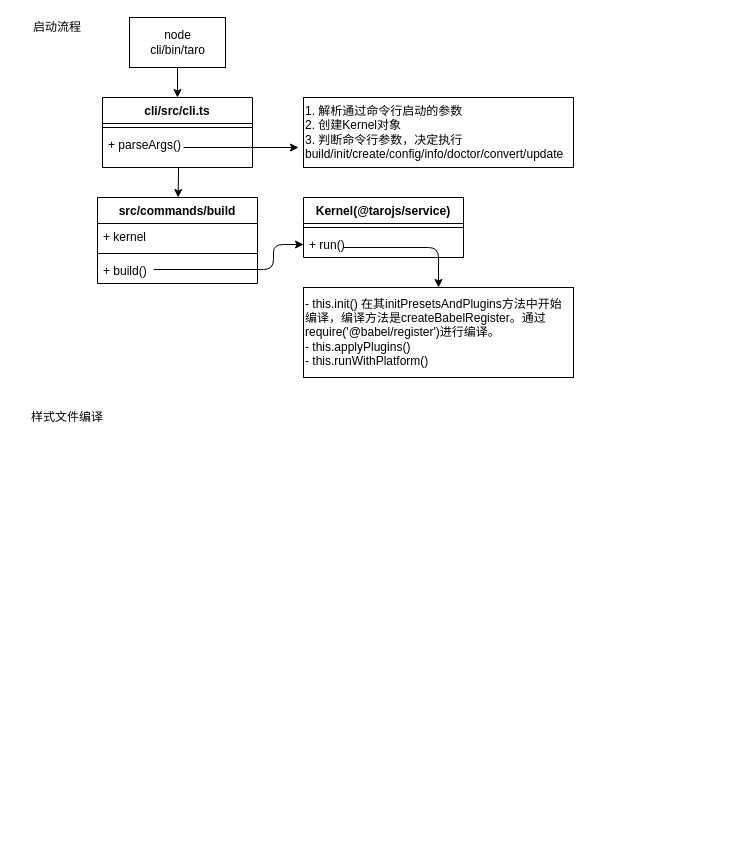
This is Taro源码分析RN.drawio from qindachang/taro-source-analyze, a draw.io file, before an edit. Source tidied: cells renumbered, new cells numbered last; positions are measured from the earlier drawing's top-left corner, leaving out a move shared by most shapes. Both pictures are drawn from the tidied source at 100%, with x=0, y=0 at pixel (17, 17).
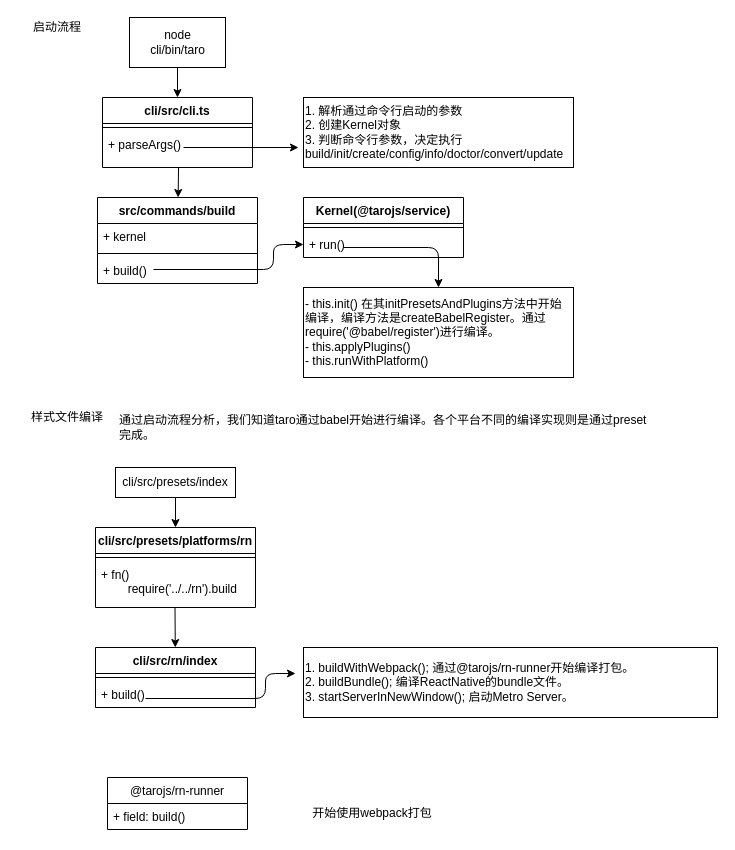
After the change.

Commit message:
更新Taro源码分析RN.drawio

Diff of the diagram source:
```diff
@@
+    <mxCell id="22" value="通过启动流程分析，我们知道taro通过babel开始进行编译。各个平台不同的编译实现则是通过preset完成。" style="text;html=1;strokeColor=none;fillColor=none;align=left;verticalAlign=middle;whiteSpace=wrap;rounded=0;" parent="1" vertex="1">
+      <mxGeometry x="100" y="390" width="530" height="40" as="geometry" />
+    </mxCell>
+    <mxCell id="23" value="cli/src/presets/index" style="rounded=0;whiteSpace=wrap;html=1;align=center;" parent="1" vertex="1">
+      <mxGeometry x="98" y="450" width="120" height="30" as="geometry" />
+    </mxCell>
+    <mxCell id="24" style="endArrow=classic;html=1;exitX=0.5;exitY=1;exitDx=0;exitDy=0;entryX=0.5;entryY=0;entryDx=0;entryDy=0;" parent="1" edge="1" source="23" target="26">
+      <mxGeometry relative="1" as="geometry" />
+    </mxCell>
+    <mxCell id="25" value="1. buildWithWebpack(); 通过@tarojs/rn-runner开始编译打包。&lt;br&gt;2. buildBundle(); 编译ReactNative的bundle文件。&lt;br&gt;3. startServerInNewWindow(); 启动Metro Server。" style="rounded=0;whiteSpace=wrap;html=1;align=left;" parent="1" vertex="1">
+      <mxGeometry x="286" y="630" width="414" height="70" as="geometry" />
+    </mxCell>
+    <mxCell id="26" value="cli/src/presets/platforms/rn" style="swimlane;fontStyle=1;align=center;verticalAlign=top;horizontal=1;startSize=26;" parent="1" vertex="1">
+      <mxGeometry x="78" y="510" width="160" height="80" as="geometry" />
+    </mxCell>
+    <mxCell id="27" style="line;strokeWidth=1;fillColor=none;align=left;verticalAlign=middle;spacingTop=-1;spacingLeft=3;spacingRight=3;labelPosition=right;" parent="26" vertex="1">
+      <mxGeometry y="26" width="160" height="8" as="geometry" />
+    </mxCell>
+    <mxCell id="28" value="+ fn()&#10;        require('../../rn').build" style="text;strokeColor=none;fillColor=none;align=left;verticalAlign=top;spacingLeft=4;spacingRight=4;overflow=hidden;" parent="26" vertex="1">
+      <mxGeometry y="34" width="160" height="46" as="geometry" />
+    </mxCell>
+    <mxCell id="29" style="endArrow=classic;html=1;exitX=0.5;exitY=1;exitDx=0;exitDy=0;" parent="1" edge="1" target="30">
+      <mxGeometry relative="1" as="geometry">
+        <mxPoint x="157.5" y="590" as="sourcePoint" />
+      </mxGeometry>
+    </mxCell>
+    <mxCell id="30" value="cli/src/rn/index" style="swimlane;fontStyle=1;align=center;verticalAlign=top;horizontal=1;startSize=26;" parent="1" vertex="1">
+      <mxGeometry x="78" y="630" width="160" height="60" as="geometry" />
+    </mxCell>
+    <mxCell id="31" style="line;strokeWidth=1;fillColor=none;align=left;verticalAlign=middle;spacingTop=-1;spacingLeft=3;spacingRight=3;labelPosition=right;" parent="30" vertex="1">
+      <mxGeometry y="26" width="160" height="8" as="geometry" />
+    </mxCell>
+    <mxCell id="32" value="+ build()" style="text;strokeColor=none;fillColor=none;align=left;verticalAlign=top;spacingLeft=4;spacingRight=4;overflow=hidden;" parent="30" vertex="1">
+      <mxGeometry y="34" width="160" height="26" as="geometry" />
+    </mxCell>
+    <mxCell id="33" style="endArrow=classic;html=1;entryX=0;entryY=0.5;entryDx=0;entryDy=0;" parent="30" edge="1">
+      <mxGeometry relative="1" as="geometry">
+        <mxPoint x="50" y="51" as="sourcePoint" />
+        <mxPoint x="200" y="26" as="targetPoint" />
+        <Array as="points">
+          <mxPoint x="170" y="51" />
+          <mxPoint x="170" y="26" />
+        </Array>
+      </mxGeometry>
+    </mxCell>
+    <mxCell id="34" value="@tarojs/rn-runner" style="swimlane;fontStyle=0;horizontal=1;startSize=26;fillColor=none;align=center;" parent="1" vertex="1">
+      <mxGeometry x="90" y="760" width="140" height="52" as="geometry" />
+    </mxCell>
+    <mxCell id="35" value="+ field: build()" style="text;strokeColor=none;fillColor=none;align=left;verticalAlign=top;spacingLeft=4;spacingRight=4;overflow=hidden;" parent="34" vertex="1">
+      <mxGeometry y="26" width="140" height="26" as="geometry" />
+    </mxCell>
+    <mxCell id="36" value="开始使用webpack打包" style="text;html=1;strokeColor=none;fillColor=none;align=center;verticalAlign=middle;whiteSpace=wrap;rounded=0;" parent="1" vertex="1">
+      <mxGeometry x="280" y="786" width="150" height="20" as="geometry" />
+    </mxCell>
```
